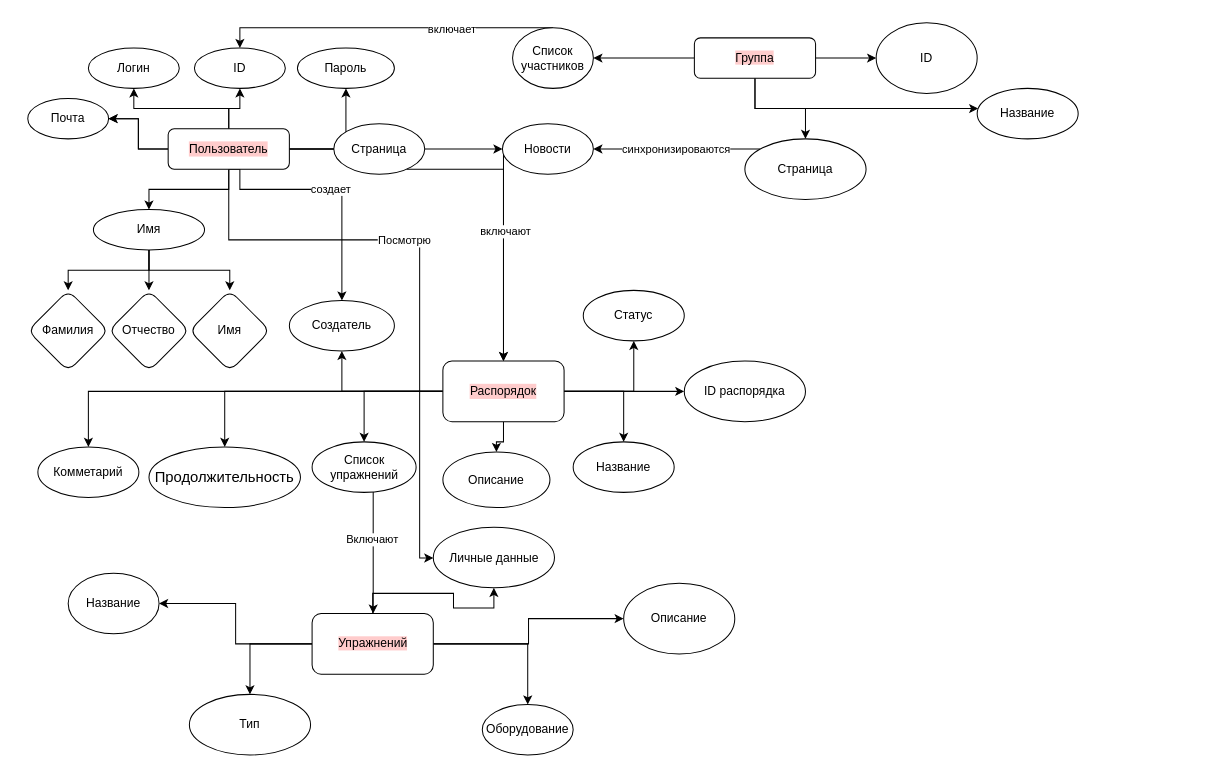
Maybenex1ime/Web_Project_Autumn_2021 keeps this draw.io diagram as Untitled Diagram.drawio. Above is the earlier version. Source tidied: cells renumbered, new cells numbered last; positions are measured from the earlier drawing's top-left corner, leaving out a move shared by most shapes. Both pictures are drawn from the tidied source at 101%, with x=0, y=0 at pixel (27, 22).
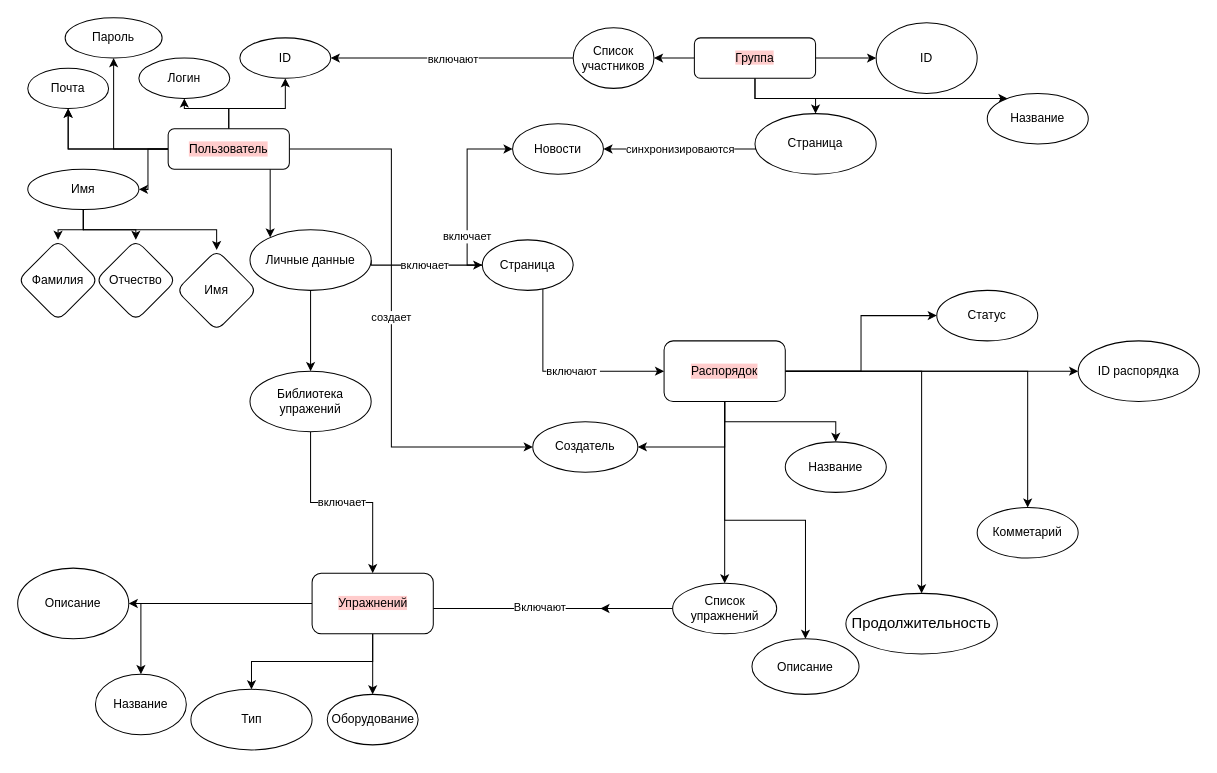
After the change.

The change refers to these unchanged cells:
```xml
<mxCell id="13" value="Пользователь" style="rounded=1;whiteSpace=wrap;html=1;fontSize=12;glass=0;strokeWidth=1;shadow=0;fontColor=#000000;labelBackgroundColor=#FFCCCC;" parent="1" vertex="1">
  <mxGeometry x="139" y="105" width="120" height="40" as="geometry" />
</mxCell>
<mxCell id="18" value="&lt;span style=&quot;background-color: rgb(255 , 204 , 204)&quot;&gt;Группа&lt;/span&gt;" style="rounded=1;whiteSpace=wrap;html=1;fontSize=12;glass=0;strokeWidth=1;shadow=0;" parent="1" vertex="1">
  <mxGeometry x="660" y="15" width="120" height="40" as="geometry" />
</mxCell>
```

What changed in the source:
```diff
@@
     <mxCell id="2" style="edgeStyle=orthogonalEdgeStyle;rounded=0;jettySize=auto;html=1;" parent="1" edge="1" source="13" target="19">
-      <mxGeometry relative="1" as="geometry" />
+      <mxGeometry relative="1" as="geometry">
+        <Array as="points">
+          <mxPoint x="199" y="85" />
+          <mxPoint x="255" y="85" />
+        </Array>
+      </mxGeometry>
     </mxCell>
@@
-    <mxCell id="8" style="edgeStyle=orthogonalEdgeStyle;rounded=0;jettySize=auto;html=1;" parent="1" edge="1" source="13">
-      <mxGeometry relative="1" as="geometry">
-        <mxPoint x="350" y="125" as="targetPoint" />
-      </mxGeometry>
-    </mxCell>
-    <mxCell id="9" style="edgeStyle=orthogonalEdgeStyle;rounded=0;jettySize=auto;html=1;startArrow=none;" parent="1" edge="1" source="69" target="28">
-      <mxGeometry relative="1" as="geometry" />
-    </mxCell>
+    <mxCell id="11" style="edgeStyle=orthogonalEdgeStyle;rounded=0;jettySize=auto;html=1;" parent="1" edge="1" source="13" target="61">
+      <mxGeometry relative="1" as="geometry">
+        <Array as="points">
+          <mxPoint x="240" y="185" />
+          <mxPoint x="240" y="185" />
+        </Array>
+      </mxGeometry>
+    </mxCell>
-    <mxCell id="10" value="создает&lt;br&gt;" style="edgeStyle=orthogonalEdgeStyle;rounded=0;jettySize=auto;html=1;exitX=0.5;exitY=1;exitDx=0;exitDy=0;entryX=0.5;entryY=0;entryDx=0;entryDy=0;fontColor=#000000;" parent="1" edge="1" source="13" target="43">
+    <mxCell id="10" value="создает" style="edgeStyle=orthogonalEdgeStyle;rounded=0;jettySize=auto;html=1;exitX=1;exitY=0.5;exitDx=0;exitDy=0;" parent="1" edge="1" source="13" target="43">
       <mxGeometry relative="1" as="geometry">
         <Array as="points">
-          <mxPoint x="210" y="165" />
-          <mxPoint x="311" y="165" />
+          <mxPoint x="360" y="125" />
+          <mxPoint x="360" y="420" />
         </Array>
       </mxGeometry>
     </mxCell>
-    <mxCell id="11" style="edgeStyle=orthogonalEdgeStyle;rounded=0;jettySize=auto;html=1;" parent="1" edge="1" source="13" target="61">
-      <mxGeometry relative="1" as="geometry">
-        <Array as="points">
-          <mxPoint x="199" y="215" />
-          <mxPoint x="388" y="215" />
-          <mxPoint x="388" y="530" />
-        </Array>
-      </mxGeometry>
-    </mxCell>
-    <mxCell id="12" value="Посмотрю&lt;br&gt;" style="edgeLabel;html=1;align=center;verticalAlign=middle;" parent="11" vertex="1">
-      <mxGeometry x="-0.29" y="3" relative="1" as="geometry">
-        <mxPoint x="34" y="3" as="offset" />
-      </mxGeometry>
-    </mxCell>
@@
     <mxCell id="16" style="edgeStyle=orthogonalEdgeStyle;rounded=0;jettySize=auto;html=1;fontColor=#000000;" parent="1" edge="1" source="18" target="71">
       <mxGeometry relative="1" as="geometry">
         <Array as="points">
-          <mxPoint x="720" y="85" />
+          <mxPoint x="720" y="75" />
         </Array>
       </mxGeometry>
     </mxCell>
@@
     <mxCell id="19" value="ID" style="ellipse;whiteSpace=wrap;html=1;rounded=1;shadow=0;strokeWidth=1;glass=0;" parent="1" vertex="1">
-      <mxGeometry x="165" y="25" width="90" height="40" as="geometry" />
+      <mxGeometry x="210" y="15" width="90" height="40" as="geometry" />
     </mxCell>
     <mxCell id="20" value="Логин" style="ellipse;whiteSpace=wrap;html=1;rounded=1;shadow=0;strokeWidth=1;glass=0;" parent="1" vertex="1">
-      <mxGeometry x="60" y="25" width="90" height="40" as="geometry" />
+      <mxGeometry x="110" y="35" width="90" height="40" as="geometry" />
     </mxCell>
     <mxCell id="21" value="Пароль" style="ellipse;whiteSpace=wrap;html=1;rounded=1;shadow=0;strokeWidth=1;glass=0;" parent="1" vertex="1">
-      <mxGeometry x="267" y="25" width="96" height="40" as="geometry" />
+      <mxGeometry x="37" y="-5" width="96" height="40" as="geometry" />
     </mxCell>
@@
     <mxCell id="25" value="Имя" style="ellipse;whiteSpace=wrap;html=1;rounded=1;shadow=0;strokeWidth=1;glass=0;" parent="1" vertex="1">
-      <mxGeometry x="65" y="185" width="110" height="40" as="geometry" />
+      <mxGeometry y="145" width="110" height="40" as="geometry" />
     </mxCell>
     <mxCell id="26" value="Почта" style="ellipse;whiteSpace=wrap;html=1;rounded=1;shadow=0;strokeWidth=1;glass=0;" parent="1" vertex="1">
-      <mxGeometry y="75" width="80" height="40" as="geometry" />
+      <mxGeometry y="45" width="80" height="40" as="geometry" />
     </mxCell>
-    <mxCell id="27" style="edgeStyle=orthogonalEdgeStyle;rounded=0;jettySize=auto;html=1;fontColor=#000000;" parent="1" edge="1" source="28" target="40">
-      <mxGeometry relative="1" as="geometry">
-        <Array as="points">
-          <mxPoint x="471" y="215" />
-          <mxPoint x="471" y="215" />
-        </Array>
-      </mxGeometry>
-    </mxCell>
     <mxCell id="28" value="Новости" style="ellipse;whiteSpace=wrap;html=1;rounded=1;shadow=0;strokeWidth=1;glass=0;" parent="1" vertex="1">
-      <mxGeometry x="470" y="100" width="90" height="50" as="geometry" />
+      <mxGeometry x="480" y="100" width="90" height="50" as="geometry" />
     </mxCell>
     <mxCell id="29" value="Фамилия" style="rhombus;whiteSpace=wrap;html=1;rounded=1;shadow=0;strokeWidth=1;glass=0;" parent="1" vertex="1">
-      <mxGeometry y="265" width="80" height="80" as="geometry" />
+      <mxGeometry x="-10" y="215" width="80" height="80" as="geometry" />
     </mxCell>
     <mxCell id="30" value="Отчество" style="rhombus;whiteSpace=wrap;html=1;rounded=1;shadow=0;strokeWidth=1;glass=0;" parent="1" vertex="1">
-      <mxGeometry x="80" y="265" width="80" height="80" as="geometry" />
+      <mxGeometry x="67" y="215" width="80" height="80" as="geometry" />
     </mxCell>
     <mxCell id="31" value="Имя" style="rhombus;whiteSpace=wrap;html=1;rounded=1;shadow=0;strokeWidth=1;glass=0;" parent="1" vertex="1">
-      <mxGeometry x="160" y="265" width="80" height="80" as="geometry" />
+      <mxGeometry x="147" y="225" width="80" height="80" as="geometry" />
     </mxCell>
@@
     <mxCell id="34" style="edgeStyle=orthogonalEdgeStyle;rounded=0;jettySize=auto;html=1;" parent="1" edge="1" source="40" target="43">
-      <mxGeometry relative="1" as="geometry" />
+      <mxGeometry relative="1" as="geometry">
+        <Array as="points">
+          <mxPoint x="690" y="420" />
+        </Array>
+      </mxGeometry>
     </mxCell>
@@
     <mxCell id="40" value="Распорядок" style="rounded=1;whiteSpace=wrap;html=1;fontColor=#000000;labelBackgroundColor=#FFCCCC;" parent="1" vertex="1">
-      <mxGeometry x="411" y="335" width="120" height="60" as="geometry" />
+      <mxGeometry x="630" y="315" width="120" height="60" as="geometry" />
     </mxCell>
     <mxCell id="41" value="ID распорядка" style="ellipse;whiteSpace=wrap;html=1;rounded=1;" parent="1" vertex="1">
-      <mxGeometry x="650" y="335" width="120" height="60" as="geometry" />
+      <mxGeometry x="1040" y="315" width="120" height="60" as="geometry" />
     </mxCell>
     <mxCell id="42" value="Название" style="ellipse;whiteSpace=wrap;html=1;rounded=1;" parent="1" vertex="1">
-      <mxGeometry x="540" y="415" width="100" height="50" as="geometry" />
+      <mxGeometry x="750" y="415" width="100" height="50" as="geometry" />
     </mxCell>
     <mxCell id="43" value="Создатель" style="ellipse;whiteSpace=wrap;html=1;rounded=1;" parent="1" vertex="1">
-      <mxGeometry x="259" y="275" width="104" height="50" as="geometry" />
+      <mxGeometry x="500" y="395" width="104" height="50" as="geometry" />
     </mxCell>
     <mxCell id="44" value="Описание" style="ellipse;whiteSpace=wrap;html=1;rounded=1;fontColor=#000000;labelBackgroundColor=none;" parent="1" vertex="1">
-      <mxGeometry x="411" y="425" width="106" height="55" as="geometry" />
+      <mxGeometry x="717" y="610" width="106" height="55" as="geometry" />
     </mxCell>
-    <mxCell id="45" style="edgeStyle=orthogonalEdgeStyle;rounded=0;jettySize=auto;html=1;fontColor=#000000;" parent="1" edge="1" source="47" target="56">
+    <mxCell id="45" style="edgeStyle=orthogonalEdgeStyle;rounded=0;orthogonalLoop=1;jettySize=auto;html=1;fontColor=#000000;" parent="1" edge="1">
       <mxGeometry relative="1" as="geometry">
+        <mxPoint x="635.5" y="580" as="sourcePoint" />
+        <mxPoint x="339" y="545" as="targetPoint" />
         <Array as="points">
-          <mxPoint x="342" y="515" />
-          <mxPoint x="342" y="515" />
+          <mxPoint x="339" y="580" />
         </Array>
       </mxGeometry>
     </mxCell>
@@
+    <mxCell id="73" style="edgeStyle=orthogonalEdgeStyle;rounded=0;jettySize=auto;html=1;" parent="1" edge="1" source="47">
+      <mxGeometry relative="1" as="geometry">
+        <mxPoint x="567" y="580" as="targetPoint" />
+      </mxGeometry>
+    </mxCell>
     <mxCell id="47" value="Список упражнений" style="ellipse;whiteSpace=wrap;html=1;labelBackgroundColor=none;fontColor=#000000;" parent="1" vertex="1">
-      <mxGeometry x="281.5" y="415" width="103" height="50" as="geometry" />
+      <mxGeometry x="638.5" y="555" width="103" height="50" as="geometry" />
     </mxCell>
     <mxCell id="48" value="Статус" style="ellipse;whiteSpace=wrap;html=1;rounded=1;fontColor=#000000;labelBackgroundColor=none;" parent="1" vertex="1">
-      <mxGeometry x="550" y="265" width="100" height="50" as="geometry" />
+      <mxGeometry x="900" y="265" width="100" height="50" as="geometry" />
     </mxCell>
     <mxCell id="49" value="&lt;span style=&quot;font-size: 11.0pt ; line-height: 107% ; font-family: &amp;#34;calibri&amp;#34; , sans-serif&quot;&gt;Продолжительность&lt;/span&gt;" style="ellipse;whiteSpace=wrap;html=1;labelBackgroundColor=none;fontColor=#000000;" parent="1" vertex="1">
-      <mxGeometry x="120" y="420" width="150" height="60" as="geometry" />
+      <mxGeometry x="810" y="565" width="150" height="60" as="geometry" />
     </mxCell>
     <mxCell id="50" value="Комметарий" style="ellipse;whiteSpace=wrap;html=1;labelBackgroundColor=none;fontColor=#000000;" parent="1" vertex="1">
-      <mxGeometry x="10" y="420" width="100" height="50" as="geometry" />
+      <mxGeometry x="940" y="480" width="100" height="50" as="geometry" />
     </mxCell>
@@
-    <mxCell id="55" style="edgeStyle=orthogonalEdgeStyle;rounded=0;jettySize=auto;html=1;fontColor=#000000;" parent="1" edge="1" source="56" target="61">
-      <mxGeometry relative="1" as="geometry" />
-    </mxCell>
     <mxCell id="56" value="&lt;span style=&quot;background-color: rgb(255 , 204 , 204)&quot;&gt;Упражнений&lt;/span&gt;" style="rounded=1;whiteSpace=wrap;html=1;labelBackgroundColor=none;fontColor=#000000;" parent="1" vertex="1">
-      <mxGeometry x="281.5" y="585" width="120" height="60" as="geometry" />
+      <mxGeometry x="281.5" y="545" width="120" height="60" as="geometry" />
     </mxCell>
     <mxCell id="57" value="Название" style="ellipse;whiteSpace=wrap;html=1;labelBackgroundColor=none;fontColor=#000000;" parent="1" vertex="1">
-      <mxGeometry x="40" y="545" width="90" height="60" as="geometry" />
+      <mxGeometry x="67" y="645" width="90" height="60" as="geometry" />
     </mxCell>
     <mxCell id="58" value="Тип" style="ellipse;whiteSpace=wrap;html=1;rounded=1;fontColor=#000000;" parent="1" vertex="1">
-      <mxGeometry x="160" y="665" width="120" height="60" as="geometry" />
+      <mxGeometry x="161.5" y="660" width="120" height="60" as="geometry" />
     </mxCell>
     <mxCell id="59" value="Оборудование" style="ellipse;whiteSpace=wrap;html=1;labelBackgroundColor=none;fontColor=#000000;" parent="1" vertex="1">
-      <mxGeometry x="450" y="675" width="90" height="50" as="geometry" />
+      <mxGeometry x="296.5" y="665" width="90" height="50" as="geometry" />
     </mxCell>
     <mxCell id="60" value="Описание" style="ellipse;whiteSpace=wrap;html=1;labelBackgroundColor=none;fontColor=#000000;" parent="1" vertex="1">
-      <mxGeometry x="590" y="555" width="110" height="70" as="geometry" />
+      <mxGeometry x="-10" y="540" width="110" height="70" as="geometry" />
     </mxCell>
+    <mxCell id="74" style="edgeStyle=orthogonalEdgeStyle;rounded=0;jettySize=auto;html=1;" parent="1" edge="1" source="61" target="78">
+      <mxGeometry relative="1" as="geometry" />
+    </mxCell>
+    <mxCell id="75" value="включает" style="edgeStyle=orthogonalEdgeStyle;rounded=0;jettySize=auto;html=1;exitX=1;exitY=0.5;exitDx=0;exitDy=0;entryX=0;entryY=0.5;entryDx=0;entryDy=0;" parent="1" edge="1" source="61" target="69">
+      <mxGeometry relative="1" as="geometry">
+        <Array as="points">
+          <mxPoint x="340" y="240" />
+        </Array>
+      </mxGeometry>
+    </mxCell>
     <mxCell id="61" value="Личные данные" style="ellipse;whiteSpace=wrap;html=1;labelBackgroundColor=none;fontColor=#000000;" parent="1" vertex="1">
-      <mxGeometry x="401.5" y="499.5" width="120" height="60" as="geometry" />
+      <mxGeometry x="220" y="205" width="120" height="60" as="geometry" />
     </mxCell>
-    <mxCell id="62" style="edgeStyle=orthogonalEdgeStyle;rounded=0;jettySize=auto;html=1;entryX=0.5;entryY=0;entryDx=0;entryDy=0;fontColor=#000000;" parent="1" edge="1" source="64" target="19">
-      <mxGeometry relative="1" as="geometry">
-        <Array as="points">
-          <mxPoint x="210" y="5" />
-        </Array>
-      </mxGeometry>
-    </mxCell>
-    <mxCell id="63" value="включает&lt;br&gt;" style="edgeLabel;html=1;align=center;verticalAlign=middle;fontColor=#000000;" parent="62" vertex="1">
-      <mxGeometry x="-0.39" y="1" relative="1" as="geometry" />
-    </mxCell>
+    <mxCell id="76" value="включают" style="edgeStyle=orthogonalEdgeStyle;rounded=0;jettySize=auto;html=1;" parent="1" edge="1" source="64">
+      <mxGeometry relative="1" as="geometry">
+        <mxPoint x="300" y="35" as="targetPoint" />
+      </mxGeometry>
+    </mxCell>
     <mxCell id="64" value="Список участников" style="ellipse;whiteSpace=wrap;html=1;rounded=1;shadow=0;strokeWidth=1;glass=0;" parent="1" vertex="1">
-      <mxGeometry x="480" y="5" width="80" height="60" as="geometry" />
+      <mxGeometry x="540" y="5" width="80" height="60" as="geometry" />
     </mxCell>
@@
     <mxCell id="66" value="Страница" style="ellipse;whiteSpace=wrap;html=1;rounded=1;shadow=0;strokeWidth=1;glass=0;" parent="1" vertex="1">
-      <mxGeometry x="710" y="115" width="120" height="60" as="geometry" />
+      <mxGeometry x="720" y="90" width="120" height="60" as="geometry" />
     </mxCell>
     <mxCell id="67" style="edgeStyle=orthogonalEdgeStyle;rounded=0;jettySize=auto;html=1;fontColor=#000000;" parent="1" edge="1" source="69" target="40">
       <mxGeometry relative="1" as="geometry">
         <Array as="points">
-          <mxPoint x="471" y="145" />
+          <mxPoint x="510" y="345" />
         </Array>
       </mxGeometry>
     </mxCell>
-    <mxCell id="68" value="включают" style="edgeLabel;html=1;align=center;verticalAlign=middle;fontColor=#000000;" parent="67" vertex="1">
+    <mxCell id="68" value="включают&amp;nbsp;" style="edgeLabel;html=1;align=center;verticalAlign=middle;fontColor=#000000;" parent="67" vertex="1">
       <mxGeometry x="0.1" y="1" relative="1" as="geometry" />
     </mxCell>
+    <mxCell id="9" value="включает" style="edgeStyle=orthogonalEdgeStyle;rounded=0;jettySize=auto;html=1;exitX=1;exitY=0.5;exitDx=0;exitDy=0;entryX=0;entryY=0.5;entryDx=0;entryDy=0;" parent="1" edge="1" source="69" target="28">
+      <mxGeometry relative="1" as="geometry">
+        <Array as="points">
+          <mxPoint x="435" y="240" />
+          <mxPoint x="435" y="125" />
+        </Array>
+      </mxGeometry>
+    </mxCell>
     <mxCell id="69" value="Страница" style="ellipse;whiteSpace=wrap;html=1;rounded=1;shadow=0;strokeWidth=1;glass=0;" parent="1" vertex="1">
-      <mxGeometry x="303" y="100" width="90" height="50" as="geometry" />
+      <mxGeometry x="450" y="215" width="90" height="50" as="geometry" />
     </mxCell>
-    <mxCell id="70" style="edgeStyle=orthogonalEdgeStyle;rounded=0;jettySize=auto;html=1;endArrow=none;" parent="1" edge="1" source="13" target="69">
-      <mxGeometry relative="1" as="geometry" />
-    </mxCell>
     <mxCell id="71" value="Название" style="ellipse;whiteSpace=wrap;html=1;labelBackgroundColor=none;fontColor=#000000;" parent="1" vertex="1">
-      <mxGeometry x="940" y="65" width="100" height="50" as="geometry" />
+      <mxGeometry x="950" y="70" width="100" height="50" as="geometry" />
     </mxCell>
@@
+    <mxCell id="77" value="включает" style="edgeStyle=orthogonalEdgeStyle;rounded=0;jettySize=auto;html=1;" parent="1" edge="1" source="78" target="56">
+      <mxGeometry relative="1" as="geometry" />
+    </mxCell>
+    <mxCell id="78" value="Библиотека упражений" style="ellipse;whiteSpace=wrap;html=1;fontColor=#000000;" parent="1" vertex="1">
+      <mxGeometry x="220" y="345" width="120" height="60" as="geometry" />
+    </mxCell>
```
